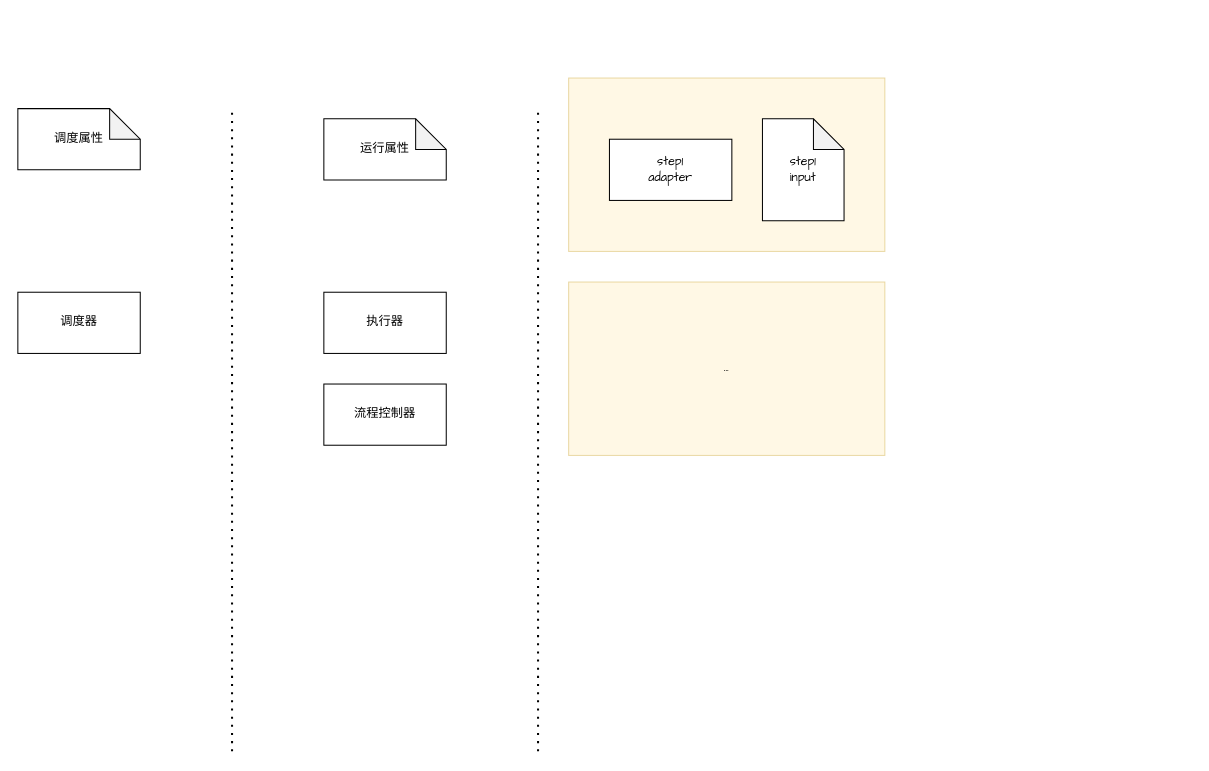
This is page "ppl4" (4 of 4) of tongdengfund/ppl_new.drawio from mistyeye11/drawio, a draw.io file, before an edit. Source tidied: cells renumbered, new cells numbered last; positions are measured from the earlier drawing's top-left corner, leaving out a move shared by most shapes. Both pictures are drawn from the tidied source at 102%, with x=0, y=0 at pixel (17, 78).
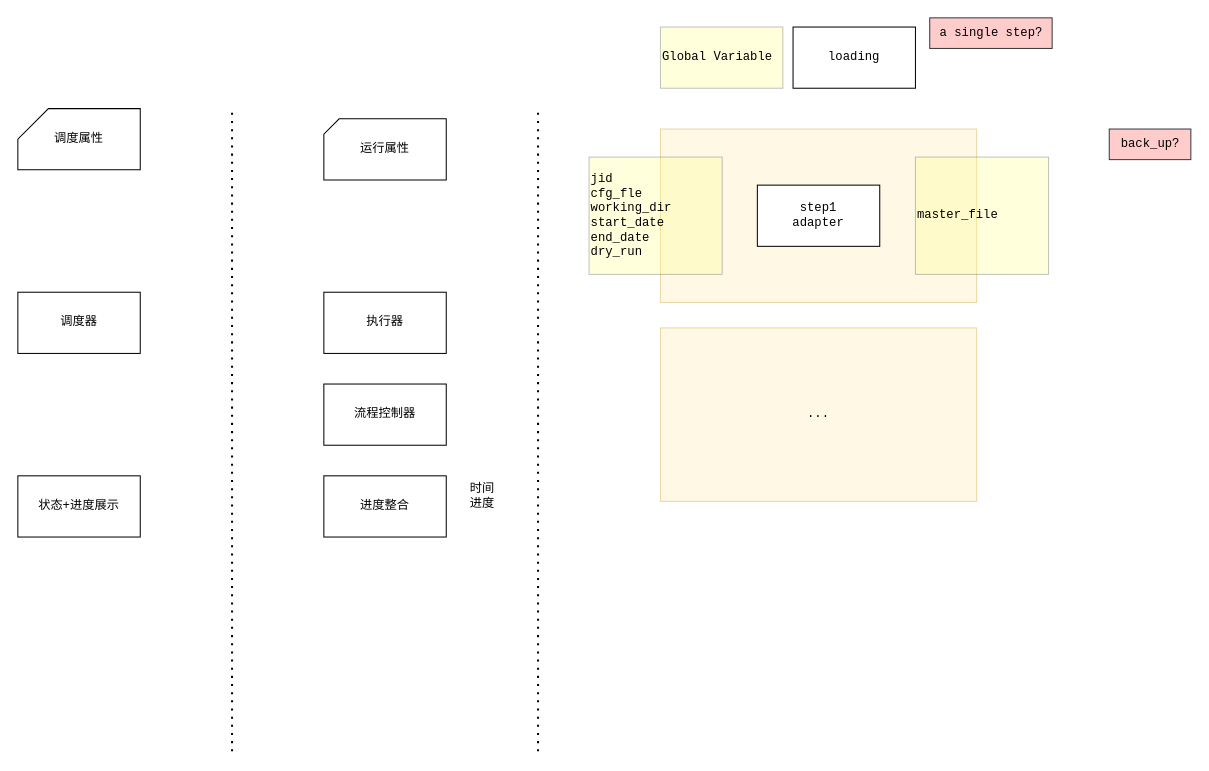
Above is the later version.

What changed in the source:
```diff
@@
-    <mxCell id="2" style="rounded=0;whiteSpace=wrap;html=1;strokeColor=#d6b656;align=center;verticalAlign=middle;fontFamily=Comic Sans MS;fontSize=12;fillColor=#fff2cc;opacity=50;" parent="1" vertex="1">
-      <mxGeometry x="540" width="310" height="170" as="geometry" />
+    <mxCell id="2" style="rounded=0;whiteSpace=wrap;html=1;strokeColor=#d6b656;align=center;verticalAlign=middle;fontFamily=Courier New;fontSize=12;fillColor=#fff2cc;opacity=50;" parent="1" vertex="1">
+      <mxGeometry x="630" y="50" width="310" height="170" as="geometry" />
     </mxCell>
-    <mxCell id="3" value="调度属性" style="rounded=0;whiteSpace=wrap;html=1;strokeColor=default;align=center;verticalAlign=middle;fontFamily=Comic Sans MS;fontSize=12;fontColor=default;fillColor=default;shape=note;backgroundOutline=1;darkOpacity=0.05;" parent="1" vertex="1">
+    <mxCell id="3" value="调度属性" style="rounded=0;whiteSpace=wrap;html=1;strokeColor=default;align=center;verticalAlign=middle;fontFamily=Courier New;fontSize=12;fontColor=default;fillColor=default;shape=card;backgroundOutline=1;darkOpacity=0.05;" parent="1" vertex="1">
       <mxGeometry y="30" width="120" height="60" as="geometry" />
     </mxCell>
-    <mxCell id="4" value="运行属性" style="rounded=0;whiteSpace=wrap;html=1;strokeColor=default;align=center;verticalAlign=middle;fontFamily=Comic Sans MS;fontSize=12;fontColor=default;fillColor=default;shape=note;backgroundOutline=1;darkOpacity=0.05;" parent="1" vertex="1">
+    <mxCell id="4" value="运行属性" style="rounded=0;whiteSpace=wrap;html=1;strokeColor=default;align=center;verticalAlign=middle;fontFamily=Courier New;fontSize=12;fontColor=default;fillColor=default;shape=card;backgroundOutline=1;darkOpacity=0.05;fixedSize=1;boundedLbl=1;size=15;" parent="1" vertex="1">
       <mxGeometry x="300" y="40" width="120" height="60" as="geometry" />
     </mxCell>
-    <mxCell id="5" style="endArrow=none;dashed=1;html=1;dashPattern=1 3;strokeWidth=2;rounded=0;fontFamily=Comic Sans MS;fontSize=12;fontColor=default;startSize=8;endSize=8;curved=1;" parent="1" edge="1">
+    <mxCell id="5" style="endArrow=none;dashed=1;html=1;dashPattern=1 3;strokeWidth=2;rounded=0;fontFamily=Courier New;fontSize=12;fontColor=default;startSize=8;endSize=8;curved=1;" parent="1" edge="1">
       <mxGeometry relative="1" as="geometry">
         <mxPoint x="210" y="660" as="sourcePoint" />
         <mxPoint x="210" y="30" as="targetPoint" />
       </mxGeometry>
     </mxCell>
-    <mxCell id="6" value="调度器" style="rounded=0;whiteSpace=wrap;html=1;strokeColor=default;align=center;verticalAlign=middle;fontFamily=Comic Sans MS;fontSize=12;fontColor=default;fillColor=default;" parent="1" vertex="1">
+    <mxCell id="6" value="调度器" style="rounded=0;whiteSpace=wrap;html=1;strokeColor=default;align=center;verticalAlign=middle;fontFamily=Courier New;fontSize=12;fontColor=default;fillColor=default;" parent="1" vertex="1">
       <mxGeometry y="210" width="120" height="60" as="geometry" />
     </mxCell>
-    <mxCell id="7" value="执行器" style="rounded=0;whiteSpace=wrap;html=1;strokeColor=default;align=center;verticalAlign=middle;fontFamily=Comic Sans MS;fontSize=12;fontColor=default;fillColor=default;" parent="1" vertex="1">
+    <mxCell id="7" value="执行器" style="rounded=0;whiteSpace=wrap;html=1;strokeColor=default;align=center;verticalAlign=middle;fontFamily=Courier New;fontSize=12;fontColor=default;fillColor=default;" parent="1" vertex="1">
       <mxGeometry x="300" y="210" width="120" height="60" as="geometry" />
     </mxCell>
-    <mxCell id="8" style="endArrow=none;dashed=1;html=1;dashPattern=1 3;strokeWidth=2;rounded=0;fontFamily=Comic Sans MS;fontSize=12;fontColor=default;startSize=8;endSize=8;curved=1;" parent="1" edge="1">
+    <mxCell id="8" style="endArrow=none;dashed=1;html=1;dashPattern=1 3;strokeWidth=2;rounded=0;fontFamily=Courier New;fontSize=12;fontColor=default;startSize=8;endSize=8;curved=1;" parent="1" edge="1">
       <mxGeometry relative="1" as="geometry">
         <mxPoint x="510" y="660" as="sourcePoint" />
         <mxPoint x="510" y="30" as="targetPoint" />
       </mxGeometry>
     </mxCell>
-    <mxCell id="9" value="step1&lt;br&gt;adapter" style="rounded=0;whiteSpace=wrap;html=1;strokeColor=default;align=center;verticalAlign=middle;fontFamily=Comic Sans MS;fontSize=12;fontColor=default;fillColor=default;" parent="1" vertex="1">
-      <mxGeometry x="580" y="60" width="120" height="60" as="geometry" />
+    <mxCell id="9" value="step1&lt;br&gt;adapter" style="rounded=0;whiteSpace=wrap;html=1;strokeColor=default;align=center;verticalAlign=middle;fontFamily=Courier New;fontSize=12;fontColor=default;fillColor=default;" parent="1" vertex="1">
+      <mxGeometry x="725" y="105" width="120" height="60" as="geometry" />
     </mxCell>
-    <mxCell id="10" value="流程控制器" style="rounded=0;whiteSpace=wrap;html=1;strokeColor=default;align=center;verticalAlign=middle;fontFamily=Comic Sans MS;fontSize=12;fontColor=default;fillColor=default;" parent="1" vertex="1">
+    <mxCell id="10" value="流程控制器" style="rounded=0;whiteSpace=wrap;html=1;strokeColor=default;align=center;verticalAlign=middle;fontFamily=Courier New;fontSize=12;fontColor=default;fillColor=default;" parent="1" vertex="1">
       <mxGeometry x="300" y="300" width="120" height="60" as="geometry" />
     </mxCell>
-    <mxCell id="11" value="step1&lt;br&gt;&lt;div&gt;input&lt;/div&gt;" style="shape=note;whiteSpace=wrap;html=1;backgroundOutline=1;darkOpacity=0.05;rounded=0;strokeColor=default;align=center;verticalAlign=middle;fontFamily=Comic Sans MS;fontSize=12;fontColor=default;fillColor=default;" parent="1" vertex="1">
-      <mxGeometry x="730" y="40" width="80" height="100" as="geometry" />
-    </mxCell>
-    <mxCell id="12" value="..." style="rounded=0;whiteSpace=wrap;html=1;strokeColor=#d6b656;align=center;verticalAlign=middle;fontFamily=Comic Sans MS;fontSize=12;fillColor=#fff2cc;opacity=50;" parent="1" vertex="1">
-      <mxGeometry x="540" y="200" width="310" height="170" as="geometry" />
+    <mxCell id="12" value="..." style="rounded=0;whiteSpace=wrap;html=1;strokeColor=#d6b656;align=center;verticalAlign=middle;fontFamily=Courier New;fontSize=12;fillColor=#fff2cc;opacity=50;" parent="1" vertex="1">
+      <mxGeometry x="630" y="245" width="310" height="170" as="geometry" />
     </mxCell>
+    <mxCell id="13" value="进度整合" style="rounded=0;whiteSpace=wrap;html=1;strokeColor=default;align=center;verticalAlign=middle;fontFamily=Courier New;fontSize=12;fontColor=default;fillColor=default;" parent="1" vertex="1">
+      <mxGeometry x="300" y="390" width="120" height="60" as="geometry" />
+    </mxCell>
+    <mxCell id="14" value="状态+进度展示" style="rounded=0;whiteSpace=wrap;html=1;strokeColor=default;align=center;verticalAlign=middle;fontFamily=Courier New;fontSize=12;fontColor=default;fillColor=default;" parent="1" vertex="1">
+      <mxGeometry y="390" width="120" height="60" as="geometry" />
+    </mxCell>
+    <mxCell id="15" value="&lt;div&gt;时间&lt;/div&gt;进度" style="text;html=1;align=center;verticalAlign=middle;strokeColor=none;fillColor=none;fontSize=12;fontFamily=Courier New;fontColor=default;" parent="1" vertex="1">
+      <mxGeometry x="430" y="390" width="50" height="40" as="geometry" />
+    </mxCell>
+    <mxCell id="16" value="Global Variable" style="rounded=0;whiteSpace=wrap;html=1;strokeColor=#36393d;align=left;verticalAlign=middle;fontFamily=Courier New;fontSize=12;fillColor=#ffff88;opacity=30;" parent="1" vertex="1">
+      <mxGeometry x="630" y="-50" width="120" height="60" as="geometry" />
+    </mxCell>
+    <mxCell id="17" value="&lt;div&gt;&lt;font&gt;jid&lt;br&gt;&lt;/font&gt;&lt;/div&gt;&lt;div&gt;&lt;font&gt;cfg_fle&lt;/font&gt;&lt;/div&gt;&lt;div&gt;&lt;font&gt;working_dir&lt;/font&gt;&lt;/div&gt;&lt;div&gt;&lt;font&gt;start_date&lt;/font&gt;&lt;/div&gt;&lt;div&gt;&lt;font&gt;end_date&lt;br&gt;&lt;/font&gt;&lt;/div&gt;&lt;div&gt;&lt;font&gt;dry_run&lt;br&gt;&lt;/font&gt;&lt;/div&gt;" style="rounded=0;whiteSpace=wrap;html=1;strokeColor=#36393d;align=left;verticalAlign=middle;fontFamily=Courier New;fontSize=12;fillColor=#ffff88;opacity=30;" parent="1" vertex="1">
+      <mxGeometry x="560" y="77.5" width="130.5" height="115" as="geometry" />
+    </mxCell>
+    <mxCell id="18" value="loading" style="rounded=0;whiteSpace=wrap;html=1;strokeColor=default;align=center;verticalAlign=middle;fontFamily=Courier New;fontSize=12;fontColor=default;fillColor=default;" parent="1" vertex="1">
+      <mxGeometry x="760" y="-50" width="120" height="60" as="geometry" />
+    </mxCell>
+    <mxCell id="19" value="a single step?" style="text;html=1;align=center;verticalAlign=middle;strokeColor=#36393d;fillColor=#ffcccc;fontSize=12;fontFamily=Courier New;" parent="1" vertex="1">
+      <mxGeometry x="894" y="-59" width="120" height="30" as="geometry" />
+    </mxCell>
+    <mxCell id="20" value="back_up?" style="text;html=1;align=center;verticalAlign=middle;strokeColor=#36393d;fillColor=#ffcccc;fontSize=12;fontFamily=Courier New;" parent="1" vertex="1">
+      <mxGeometry x="1070" y="50" width="80" height="30" as="geometry" />
+    </mxCell>
+    <mxCell id="21" value="master_file" style="rounded=0;whiteSpace=wrap;html=1;strokeColor=#36393d;align=left;verticalAlign=middle;fontFamily=Courier New;fontSize=12;fillColor=#ffff88;opacity=30;" parent="1" vertex="1">
+      <mxGeometry x="880" y="77.5" width="130.5" height="115" as="geometry" />
+    </mxCell>
```
